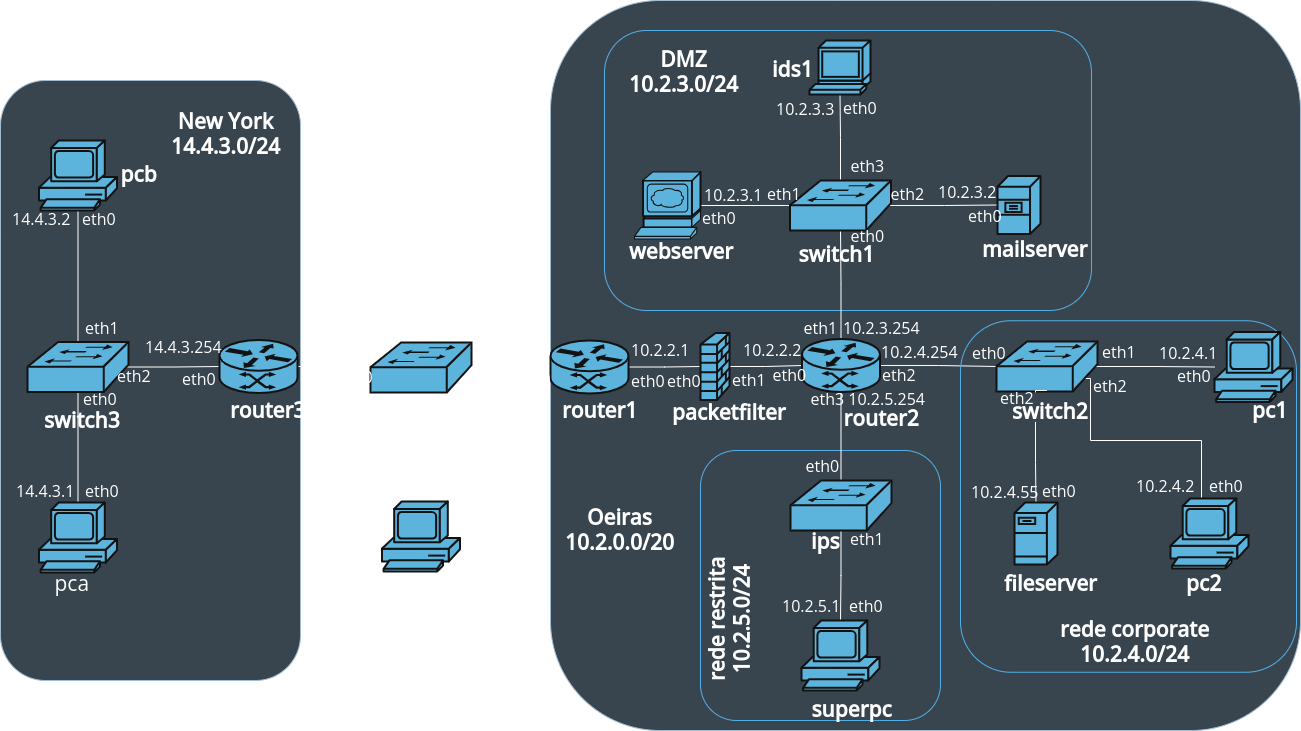
Above: network.drawio.png in IcQuackson/SIRS-LETI-24-25-Project (draw.io), before the change. Source tidied: cells renumbered, new cells last; positions are measured from the earlier drawing's top-left corner, leaving out a move shared by most shapes.
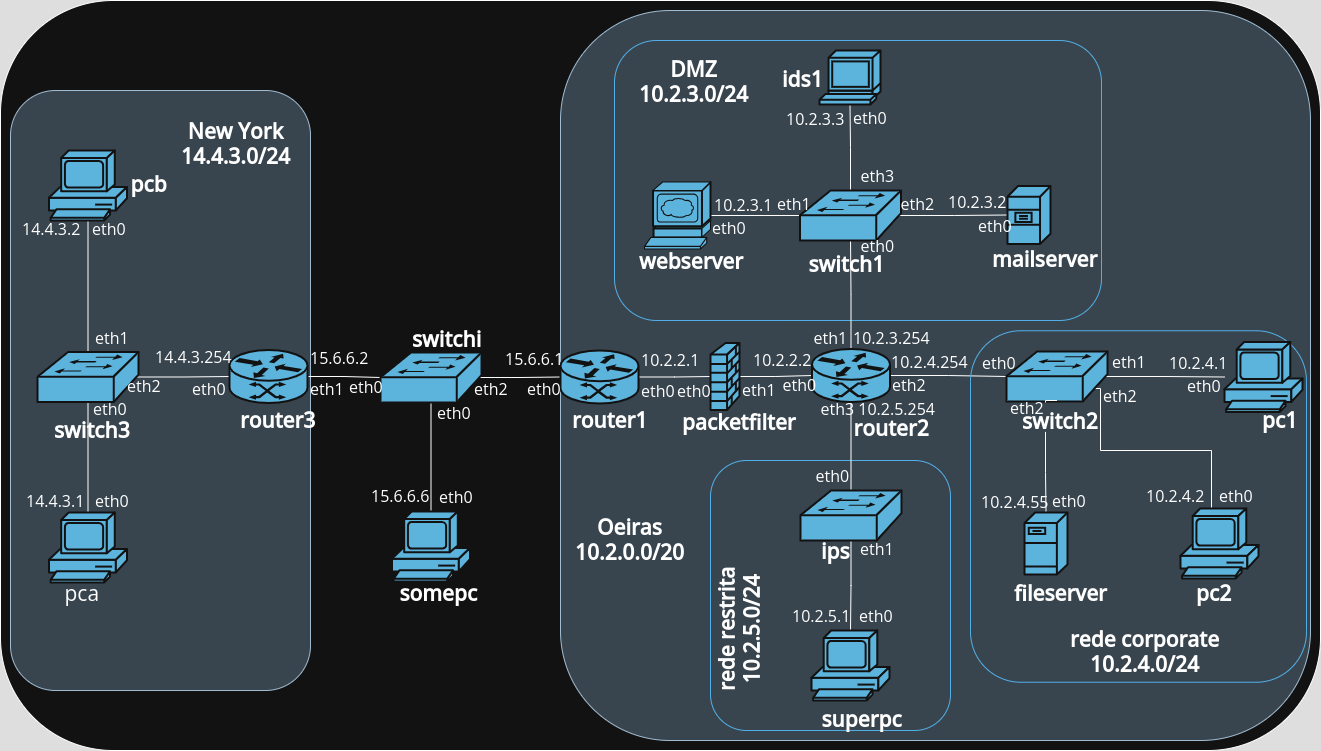
Later version of the same file.

What changed in the source:
```diff
@@ -2,6 +2,9 @@
   <root>
     <mxCell id="0" />
     <mxCell id="1" parent="0" />
+    <mxCell id="150" style="rounded=1;whiteSpace=wrap;html=1;glass=0;fillStyle=auto;fontFamily=Open Sans;fontSource=https%3A%2F%2Ffonts.googleapis.com%2Fcss%3Ffamily%3DOpen%2BSans;" parent="1" vertex="1">
+      <mxGeometry x="-10" y="-10" width="1320" height="750" as="geometry" />
+    </mxCell>
     <mxCell id="2" style="rounded=1;whiteSpace=wrap;html=1;fillColor=#bac8d3;glass=0;fillStyle=auto;strokeColor=#23445d;fontFamily=Open Sans;fontSource=https%3A%2F%2Ffonts.googleapis.com%2Fcss%3Ffamily%3DOpen%2BSans;" parent="1" vertex="1">
       <mxGeometry x="550" width="750" height="730" as="geometry" />
     </mxCell>
```
